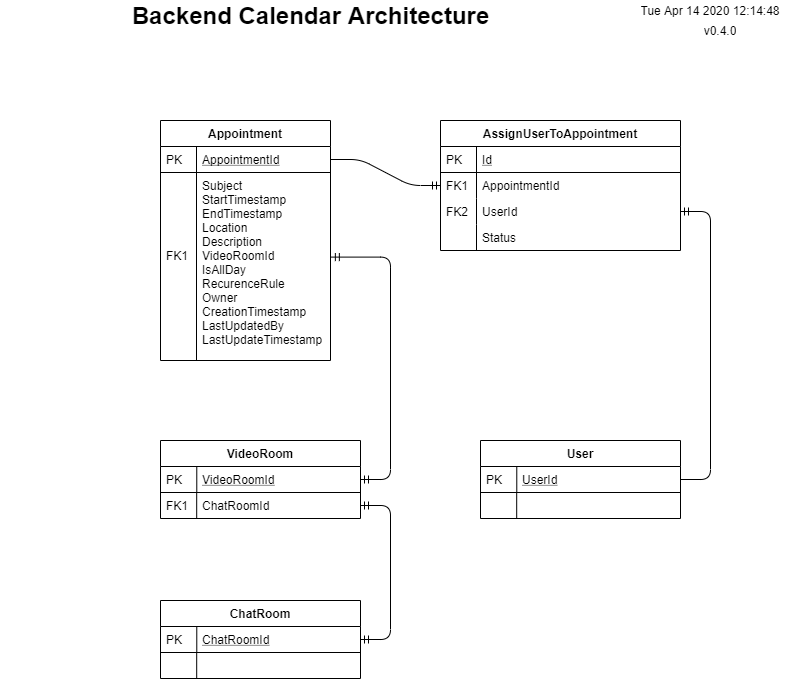
This is documentation/architecture/Telemed Calendar solution.png from TelemedDevGroup/TelemedProtoApp, a draw.io export, as it was before one commit. Source tidied: cells renumbered, new cells last; positions are measured from the earlier drawing's top-left corner, leaving out a move shared by most shapes. The source it was exported from:
```xml
<mxGraphModel>
  <root>
    <mxCell id="0" />
    <mxCell id="1" parent="0" />
    <mxCell id="2" value="Appointment" style="swimlane;fontStyle=1;horizontal=1;startSize=26;rounded=0;shadow=0;strokeWidth=1;" parent="1" vertex="1">
      <mxGeometry x="160" y="120" width="170" height="240" as="geometry" />
    </mxCell>
    <mxCell id="3" value="AppointmentId" style="shape=partialRectangle;top=0;left=0;right=0;bottom=1;align=left;verticalAlign=top;fillColor=none;spacingLeft=40;spacingRight=4;overflow=hidden;points=[[0,0.5],[1,0.5]];portConstraint=eastwest;rounded=0;shadow=0;strokeWidth=1;fontStyle=4;" parent="2" vertex="1">
      <mxGeometry y="26" width="170" height="26" as="geometry" />
    </mxCell>
    <mxCell id="4" value="PK" style="shape=partialRectangle;top=0;left=0;bottom=0;fillColor=none;align=left;verticalAlign=top;spacingLeft=4;spacingRight=4;overflow=hidden;" parent="3" vertex="1">
      <mxGeometry width="36" height="26" as="geometry" />
    </mxCell>
    <mxCell id="5" value="Subject&#10;StartTimestamp&#10;EndTimestamp&#10;Location&#10;Description&#10;VideoRoomId&#10;IsAllDay&#10;RecurenceRule&#10;Owner&#10;CreationTimestamp&#10;LastUpdatedBy&#10;LastUpdateTimestamp&#10;" style="shape=partialRectangle;top=0;left=0;right=0;bottom=0;align=left;verticalAlign=top;fillColor=none;spacingLeft=40;spacingRight=4;overflow=hidden;points=[[0,0.5],[1,0.5]];portConstraint=eastwest;rounded=0;shadow=0;strokeWidth=1;" parent="2" vertex="1">
      <mxGeometry y="52" width="170" height="188" as="geometry" />
    </mxCell>
    <mxCell id="6" value="&#10;&#10;&#10;&#10;&#10;FK1" style="shape=partialRectangle;top=0;left=0;bottom=0;fillColor=none;align=left;verticalAlign=top;spacingLeft=4;spacingRight=4;overflow=hidden;" parent="5" vertex="1">
      <mxGeometry width="36" height="188" as="geometry" />
    </mxCell>
    <mxCell id="7" value="Backend Calendar Architecture" style="text;strokeColor=none;fillColor=none;html=1;fontSize=24;fontStyle=1;verticalAlign=middle;align=center;" parent="1" vertex="1">
      <mxGeometry width="620" height="30" as="geometry" />
    </mxCell>
    <object id="8" label="%date{ddd mmm dd yyyy HH:MM:ss}%" placeholders="1">
      <mxCell style="text;html=1;strokeColor=none;fillColor=none;align=center;verticalAlign=middle;whiteSpace=wrap;overflow=hidden;" parent="1" vertex="1">
        <mxGeometry x="630" width="160" height="20" as="geometry" />
      </mxCell>
    </object>
    <object id="9" label="v0.4.0" name="Variable" placeholders="1">
      <mxCell style="text;html=1;strokeColor=none;fillColor=none;align=center;verticalAlign=middle;whiteSpace=wrap;overflow=hidden;" parent="1" vertex="1">
        <mxGeometry x="680" y="20" width="80" height="20" as="geometry" />
      </mxCell>
    </object>
    <mxCell id="10" value="AssignUserToAppointment" style="swimlane;fontStyle=1;horizontal=1;startSize=26;rounded=0;shadow=0;strokeWidth=1;" parent="1" vertex="1">
      <mxGeometry x="440" y="120" width="240" height="130" as="geometry" />
    </mxCell>
    <mxCell id="11" value="Id" style="shape=partialRectangle;top=0;left=0;right=0;bottom=1;align=left;verticalAlign=top;fillColor=none;spacingLeft=40;spacingRight=4;overflow=hidden;rounded=0;shadow=0;strokeWidth=1;fontStyle=4;" parent="10" vertex="1">
      <mxGeometry y="26" width="240" height="26" as="geometry" />
    </mxCell>
    <mxCell id="12" value="PK" style="shape=partialRectangle;top=0;left=0;bottom=0;fillColor=none;align=left;verticalAlign=top;spacingLeft=4;spacingRight=4;overflow=hidden;" parent="11" vertex="1">
      <mxGeometry width="36" height="26" as="geometry" />
    </mxCell>
    <mxCell id="13" value="AppointmentId" style="shape=partialRectangle;top=0;left=0;right=0;bottom=0;align=left;verticalAlign=top;fillColor=none;spacingLeft=40;spacingRight=4;overflow=hidden;points=[[0,0.5],[1,0.5]];portConstraint=eastwest;rounded=0;shadow=0;strokeWidth=1;" parent="10" vertex="1">
      <mxGeometry y="52" width="240" height="26" as="geometry" />
    </mxCell>
    <mxCell id="14" value="FK1" style="shape=partialRectangle;top=0;left=0;bottom=0;fillColor=none;align=left;verticalAlign=top;spacingLeft=4;spacingRight=4;overflow=hidden;" parent="13" vertex="1">
      <mxGeometry width="36" height="26" as="geometry" />
    </mxCell>
    <mxCell id="15" value="UserId" style="shape=partialRectangle;top=0;left=0;right=0;bottom=0;align=left;verticalAlign=top;fillColor=none;spacingLeft=40;spacingRight=4;overflow=hidden;points=[[0,0.5],[1,0.5]];portConstraint=eastwest;rounded=0;shadow=0;strokeWidth=1;" parent="10" vertex="1">
      <mxGeometry y="78" width="240" height="26" as="geometry" />
    </mxCell>
    <mxCell id="16" value="FK2" style="shape=partialRectangle;top=0;left=0;bottom=0;fillColor=none;align=left;verticalAlign=top;spacingLeft=4;spacingRight=4;overflow=hidden;" parent="15" vertex="1">
      <mxGeometry width="36" height="26" as="geometry" />
    </mxCell>
    <mxCell id="17" value="Status" style="shape=partialRectangle;top=0;left=0;right=0;bottom=0;align=left;verticalAlign=top;fillColor=none;spacingLeft=40;spacingRight=4;overflow=hidden;rounded=0;shadow=0;strokeWidth=1;" parent="10" vertex="1">
      <mxGeometry y="104" width="240" height="26" as="geometry" />
    </mxCell>
    <mxCell id="18" style="shape=partialRectangle;top=0;left=0;bottom=0;fillColor=none;align=left;verticalAlign=top;spacingLeft=4;spacingRight=4;overflow=hidden;" parent="17" vertex="1">
      <mxGeometry width="36" height="26" as="geometry" />
    </mxCell>
    <mxCell id="19" value="User" style="swimlane;fontStyle=1;horizontal=1;startSize=26;rounded=0;shadow=0;strokeWidth=1;" parent="1" vertex="1">
      <mxGeometry x="480" y="440" width="200" height="78" as="geometry" />
    </mxCell>
    <mxCell id="20" value="UserId" style="shape=partialRectangle;top=0;left=0;right=0;bottom=1;align=left;verticalAlign=top;fillColor=none;spacingLeft=40;spacingRight=4;overflow=hidden;points=[[0,0.5],[1,0.5]];portConstraint=eastwest;rounded=0;shadow=0;strokeWidth=1;fontStyle=4;" parent="19" vertex="1">
      <mxGeometry y="26" width="200" height="26" as="geometry" />
    </mxCell>
    <mxCell id="21" value="PK" style="shape=partialRectangle;top=0;left=0;bottom=0;fillColor=none;align=left;verticalAlign=top;spacingLeft=4;spacingRight=4;overflow=hidden;" parent="20" vertex="1">
      <mxGeometry width="36.3" height="26" as="geometry" />
    </mxCell>
    <mxCell id="22" style="shape=partialRectangle;top=0;left=0;right=0;bottom=0;align=left;verticalAlign=top;fillColor=none;spacingLeft=40;spacingRight=4;overflow=hidden;points=[[0,0.5],[1,0.5]];portConstraint=eastwest;rounded=0;shadow=0;strokeWidth=1;" parent="19" vertex="1">
      <mxGeometry y="52" width="200" height="26" as="geometry" />
    </mxCell>
    <mxCell id="23" style="shape=partialRectangle;top=0;left=0;bottom=0;fillColor=none;align=left;verticalAlign=top;spacingLeft=4;spacingRight=4;overflow=hidden;" parent="22" vertex="1">
      <mxGeometry width="36.2" height="26" as="geometry" />
    </mxCell>
    <mxCell id="24" value="VideoRoom" style="swimlane;fontStyle=1;horizontal=1;startSize=26;rounded=0;shadow=0;strokeWidth=1;" parent="1" vertex="1">
      <mxGeometry x="160" y="440" width="200" height="78" as="geometry" />
    </mxCell>
    <mxCell id="25" value="VideoRoomId" style="shape=partialRectangle;top=0;left=0;right=0;bottom=1;align=left;verticalAlign=top;fillColor=none;spacingLeft=40;spacingRight=4;overflow=hidden;points=[[0,0.5],[1,0.5]];portConstraint=eastwest;rounded=0;shadow=0;strokeWidth=1;fontStyle=4;" parent="24" vertex="1">
      <mxGeometry y="26" width="200" height="26" as="geometry" />
    </mxCell>
    <mxCell id="26" value="PK" style="shape=partialRectangle;top=0;left=0;bottom=0;fillColor=none;align=left;verticalAlign=top;spacingLeft=4;spacingRight=4;overflow=hidden;" parent="25" vertex="1">
      <mxGeometry width="36.3" height="26" as="geometry" />
    </mxCell>
    <mxCell id="27" value="ChatRoomId" style="shape=partialRectangle;top=0;left=0;right=0;bottom=0;align=left;verticalAlign=top;fillColor=none;spacingLeft=40;spacingRight=4;overflow=hidden;points=[[0,0.5],[1,0.5]];portConstraint=eastwest;rounded=0;shadow=0;strokeWidth=1;" parent="24" vertex="1">
      <mxGeometry y="52" width="200" height="26" as="geometry" />
    </mxCell>
    <mxCell id="28" value="FK1" style="shape=partialRectangle;top=0;left=0;bottom=0;fillColor=none;align=left;verticalAlign=top;spacingLeft=4;spacingRight=4;overflow=hidden;" parent="27" vertex="1">
      <mxGeometry width="36.2" height="26" as="geometry" />
    </mxCell>
    <mxCell id="29" value="ChatRoom" style="swimlane;fontStyle=1;horizontal=1;startSize=26;rounded=0;shadow=0;strokeWidth=1;" parent="1" vertex="1">
      <mxGeometry x="160" y="600" width="200" height="78" as="geometry" />
    </mxCell>
    <mxCell id="30" value="ChatRoomId" style="shape=partialRectangle;top=0;left=0;right=0;bottom=1;align=left;verticalAlign=top;fillColor=none;spacingLeft=40;spacingRight=4;overflow=hidden;points=[[0,0.5],[1,0.5]];portConstraint=eastwest;rounded=0;shadow=0;strokeWidth=1;fontStyle=4;" parent="29" vertex="1">
      <mxGeometry y="26" width="200" height="26" as="geometry" />
    </mxCell>
    <mxCell id="31" value="PK" style="shape=partialRectangle;top=0;left=0;bottom=0;fillColor=none;align=left;verticalAlign=top;spacingLeft=4;spacingRight=4;overflow=hidden;" parent="30" vertex="1">
      <mxGeometry width="36.3" height="26" as="geometry" />
    </mxCell>
    <mxCell id="32" style="shape=partialRectangle;top=0;left=0;right=0;bottom=0;align=left;verticalAlign=top;fillColor=none;spacingLeft=40;spacingRight=4;overflow=hidden;rounded=0;shadow=0;strokeWidth=1;" parent="29" vertex="1">
      <mxGeometry y="52" width="200" height="26" as="geometry" />
    </mxCell>
    <mxCell id="33" style="shape=partialRectangle;top=0;left=0;bottom=0;fillColor=none;align=left;verticalAlign=top;spacingLeft=4;spacingRight=4;overflow=hidden;" parent="32" vertex="1">
      <mxGeometry width="36.2" height="26" as="geometry" />
    </mxCell>
    <mxCell id="34" style="edgeStyle=entityRelationEdgeStyle;fontSize=12;html=1;endArrow=ERmandOne;entryX=0;entryY=0.5;entryDx=0;entryDy=0;exitX=1;exitY=0.5;exitDx=0;exitDy=0;" parent="1" edge="1" source="3" target="13">
      <mxGeometry relative="1" as="geometry" />
    </mxCell>
    <mxCell id="35" style="edgeStyle=entityRelationEdgeStyle;fontSize=12;html=1;endArrow=ERmandOne;startArrow=ERmandOne;exitX=1.005;exitY=0.45;exitDx=0;exitDy=0;exitPerimeter=0;" parent="1" edge="1" source="5" target="25">
      <mxGeometry relative="1" as="geometry" />
    </mxCell>
    <mxCell id="36" style="edgeStyle=entityRelationEdgeStyle;fontSize=12;html=1;endArrow=ERmandOne;startArrow=ERmandOne;exitX=1;exitY=0.5;exitDx=0;exitDy=0;" parent="1" edge="1" source="30" target="27">
      <mxGeometry relative="1" as="geometry" />
    </mxCell>
    <mxCell id="37" style="edgeStyle=entityRelationEdgeStyle;fontSize=12;html=1;endArrow=ERmandOne;exitX=1;exitY=0.5;exitDx=0;exitDy=0;" parent="1" edge="1" source="20" target="15">
      <mxGeometry relative="1" as="geometry" />
    </mxCell>
  </root>
</mxGraphModel>
```
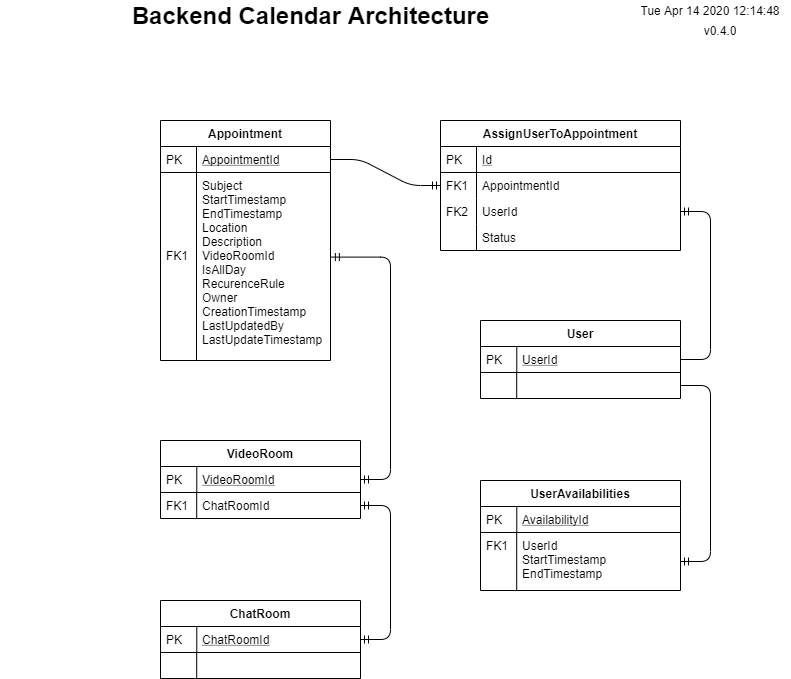
Above is the later version.

What changed in the source:
```diff
@@ -58,7 +58,7 @@
       <mxGeometry width="36" height="26" as="geometry" />
     </mxCell>
     <mxCell id="19" value="User" style="swimlane;fontStyle=1;horizontal=1;startSize=26;rounded=0;shadow=0;strokeWidth=1;" parent="1" vertex="1">
-      <mxGeometry x="480" y="440" width="200" height="78" as="geometry" />
+      <mxGeometry x="480" y="320" width="200" height="78" as="geometry" />
     </mxCell>
     <mxCell id="20" value="UserId" style="shape=partialRectangle;top=0;left=0;right=0;bottom=1;align=left;verticalAlign=top;fillColor=none;spacingLeft=40;spacingRight=4;overflow=hidden;points=[[0,0.5],[1,0.5]];portConstraint=eastwest;rounded=0;shadow=0;strokeWidth=1;fontStyle=4;" parent="19" vertex="1">
       <mxGeometry y="26" width="200" height="26" as="geometry" />
@@ -114,5 +114,23 @@
     <mxCell id="37" style="edgeStyle=entityRelationEdgeStyle;fontSize=12;html=1;endArrow=ERmandOne;exitX=1;exitY=0.5;exitDx=0;exitDy=0;" parent="1" edge="1" source="20" target="15">
       <mxGeometry relative="1" as="geometry" />
     </mxCell>
+    <mxCell id="38" value="UserAvailabilities" style="swimlane;fontStyle=1;horizontal=1;startSize=26;rounded=0;shadow=0;strokeWidth=1;" parent="1" vertex="1">
+      <mxGeometry x="480" y="480" width="200" height="110" as="geometry" />
+    </mxCell>
+    <mxCell id="39" value="AvailabilityId" style="shape=partialRectangle;top=0;left=0;right=0;bottom=1;align=left;verticalAlign=top;fillColor=none;spacingLeft=40;spacingRight=4;overflow=hidden;rounded=0;shadow=0;strokeWidth=1;fontStyle=4;" parent="38" vertex="1">
+      <mxGeometry y="26" width="200" height="26" as="geometry" />
+    </mxCell>
+    <mxCell id="40" value="PK" style="shape=partialRectangle;top=0;left=0;bottom=0;fillColor=none;align=left;verticalAlign=top;spacingLeft=4;spacingRight=4;overflow=hidden;" parent="39" vertex="1">
+      <mxGeometry width="36.3" height="26" as="geometry" />
+    </mxCell>
+    <mxCell id="41" value="UserId&#10;StartTimestamp&#10;EndTimestamp" style="shape=partialRectangle;top=0;left=0;right=0;bottom=0;align=left;verticalAlign=top;fillColor=none;spacingLeft=40;spacingRight=4;overflow=hidden;points=[[0,0.5],[1,0.5]];portConstraint=eastwest;rounded=0;shadow=0;strokeWidth=1;" parent="38" vertex="1">
+      <mxGeometry y="52" width="200" height="58" as="geometry" />
+    </mxCell>
+    <mxCell id="42" value="FK1" style="shape=partialRectangle;top=0;left=0;bottom=0;fillColor=none;align=left;verticalAlign=top;spacingLeft=4;spacingRight=4;overflow=hidden;" parent="41" vertex="1">
+      <mxGeometry width="36.2" height="58" as="geometry" />
+    </mxCell>
+    <mxCell id="43" style="edgeStyle=entityRelationEdgeStyle;fontSize=12;html=1;endArrow=ERmandOne;exitX=1;exitY=0.5;exitDx=0;exitDy=0;" parent="1" edge="1" source="22" target="41">
+      <mxGeometry relative="1" as="geometry" />
+    </mxCell>
   </root>
 </mxGraphModel>
```
